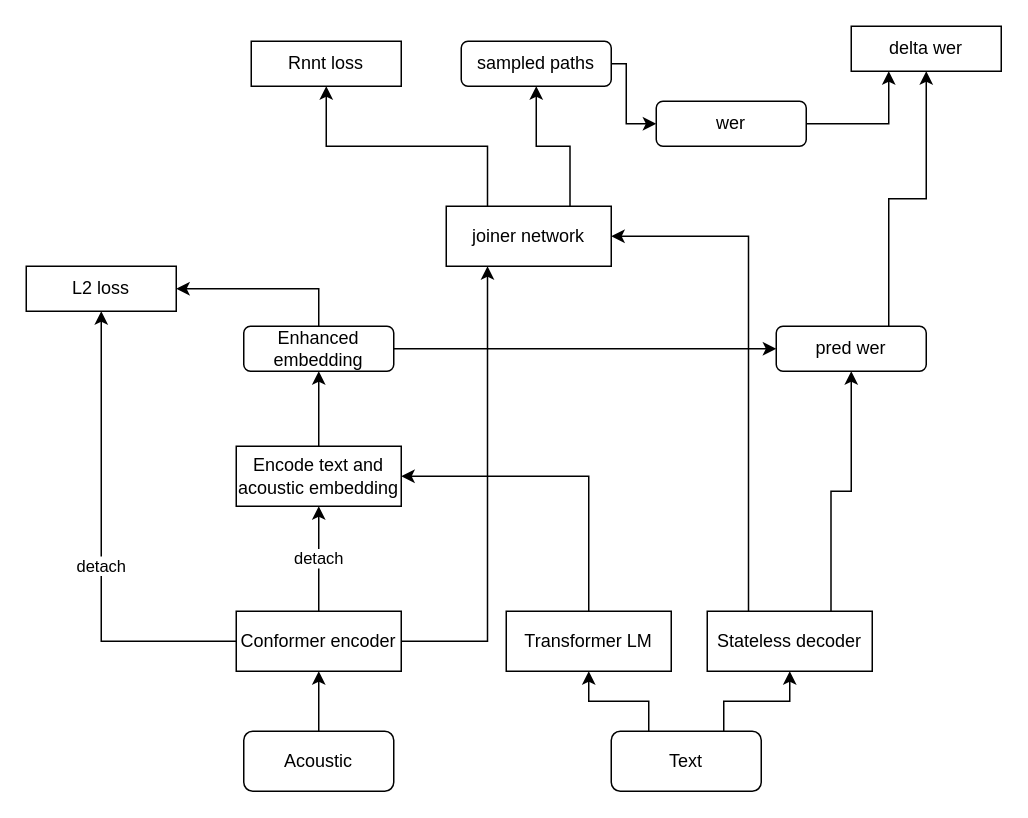
pkufool/drawio keeps this draw.io diagram as work/mbr_structure.drawio. Above is the earlier version. Source tidied: cells renumbered, new cells numbered last; positions are measured from the earlier drawing's top-left corner, leaving out a move shared by most shapes. Both pictures are drawn from the tidied source at 150%, with x=0, y=0 at pixel (26, 26).
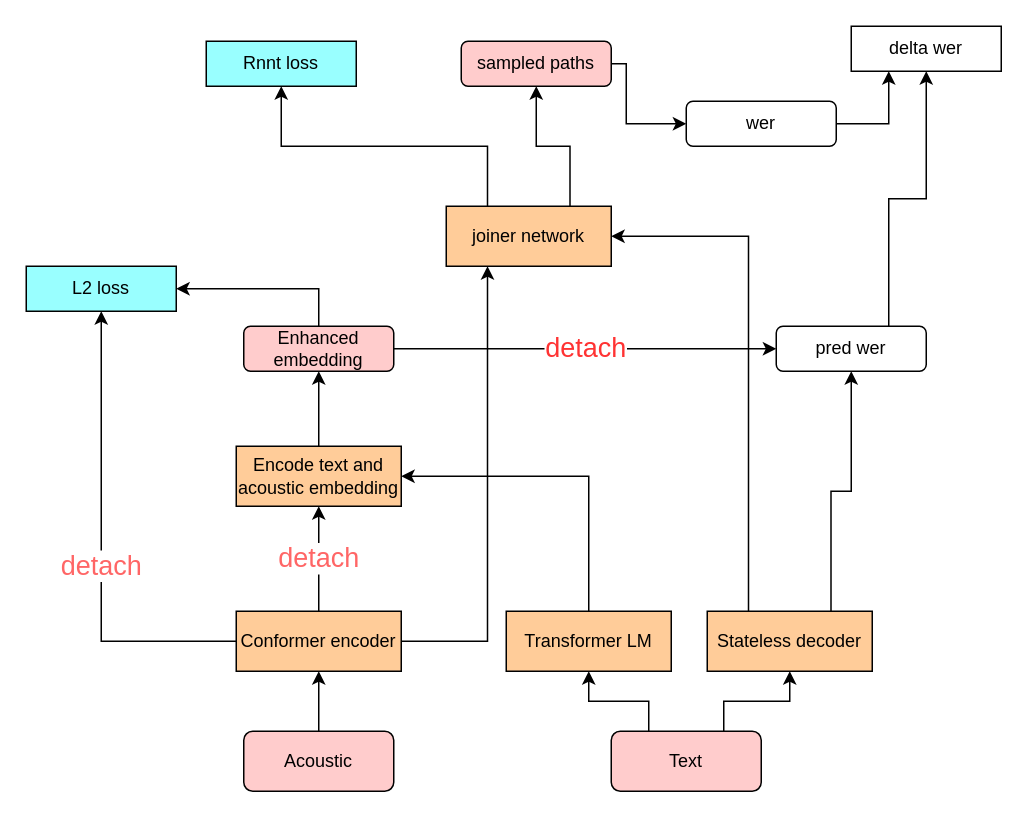
Above is the later version.

Unchanged cells that the change refers to:
```xml
<mxCell id="3" style="edgeStyle=orthogonalEdgeStyle;rounded=0;jettySize=auto;html=1;exitX=0;exitY=0.5;exitDx=0;exitDy=0;entryX=0.5;entryY=1;entryDx=0;entryDy=0;" parent="1" edge="1" source="6" target="22">
  <mxGeometry relative="1" as="geometry" />
</mxCell>
<mxCell id="30" value="pred wer" style="rounded=1;whiteSpace=wrap;html=1;" parent="1" vertex="1">
  <mxGeometry x="500" y="200" width="100" height="30" as="geometry" />
</mxCell>
```

The edit, as a diff of the source:
```diff
@@
-    <mxCell id="2" value="detach" style="edgeStyle=orthogonalEdgeStyle;rounded=0;jettySize=auto;html=1;exitX=0.5;exitY=0;exitDx=0;exitDy=0;entryX=0.5;entryY=1;entryDx=0;entryDy=0;" parent="1" edge="1" source="6" target="18">
+    <mxCell id="2" value="&lt;font color=&quot;#ff6666&quot; style=&quot;font-size: 18px;&quot;&gt;detach&lt;/font&gt;" style="edgeStyle=orthogonalEdgeStyle;rounded=0;jettySize=auto;html=1;exitX=0.5;exitY=0;exitDx=0;exitDy=0;entryX=0.5;entryY=1;entryDx=0;entryDy=0;" parent="1" edge="1" source="6" target="18">
       <mxGeometry relative="1" as="geometry" />
     </mxCell>
@@
-    <mxCell id="4" value="detach" style="edgeLabel;html=1;align=center;verticalAlign=middle;" parent="3" vertex="1">
+    <mxCell id="4" value="&lt;font color=&quot;#ff6666&quot; style=&quot;font-size: 18px;&quot;&gt;detach&lt;/font&gt;" style="edgeLabel;html=1;align=center;verticalAlign=middle;" parent="3" vertex="1">
       <mxGeometry x="-0.09" y="1" relative="1" as="geometry" />
     </mxCell>
@@
-    <mxCell id="6" value="Conformer encoder" style="rounded=0;whiteSpace=wrap;html=1;" parent="1" vertex="1">
+    <mxCell id="6" value="Conformer encoder" style="rounded=0;whiteSpace=wrap;html=1;fillColor=#FFCC99;" parent="1" vertex="1">
       <mxGeometry x="140" y="390" width="110" height="40" as="geometry" />
     </mxCell>
@@
-    <mxCell id="8" value="Transformer LM" style="rounded=0;whiteSpace=wrap;html=1;" parent="1" vertex="1">
+    <mxCell id="8" value="Transformer LM" style="rounded=0;whiteSpace=wrap;html=1;fillColor=#FFCC99;" parent="1" vertex="1">
       <mxGeometry x="320" y="390" width="110" height="40" as="geometry" />
     </mxCell>
@@
-    <mxCell id="11" value="Stateless decoder" style="rounded=0;whiteSpace=wrap;html=1;" parent="1" vertex="1">
+    <mxCell id="11" value="Stateless decoder" style="rounded=0;whiteSpace=wrap;html=1;fillColor=#FFCC99;" parent="1" vertex="1">
       <mxGeometry x="454" y="390" width="110" height="40" as="geometry" />
     </mxCell>
@@
-    <mxCell id="14" value="Text" style="rounded=1;whiteSpace=wrap;html=1;" parent="1" vertex="1">
+    <mxCell id="14" value="Text" style="rounded=1;whiteSpace=wrap;html=1;fillColor=#FFCCCC;" parent="1" vertex="1">
       <mxGeometry x="390" y="470" width="100" height="40" as="geometry" />
     </mxCell>
@@
-    <mxCell id="16" value="Acoustic" style="rounded=1;whiteSpace=wrap;html=1;" parent="1" vertex="1">
+    <mxCell id="16" value="Acoustic" style="rounded=1;whiteSpace=wrap;html=1;fillColor=#FFCCCC;" parent="1" vertex="1">
       <mxGeometry x="145" y="470" width="100" height="40" as="geometry" />
     </mxCell>
@@
-    <mxCell id="18" value="Encode text and acoustic embedding" style="rounded=0;whiteSpace=wrap;html=1;" parent="1" vertex="1">
+    <mxCell id="18" value="Encode text and acoustic embedding" style="rounded=0;whiteSpace=wrap;html=1;fillColor=#FFCC99;" parent="1" vertex="1">
       <mxGeometry x="140" y="280" width="110" height="40" as="geometry" />
     </mxCell>
@@
-    <mxCell id="20" style="edgeStyle=orthogonalEdgeStyle;rounded=0;jettySize=auto;html=1;exitX=1;exitY=0.5;exitDx=0;exitDy=0;entryX=0;entryY=0.5;entryDx=0;entryDy=0;" parent="1" edge="1" source="21" target="30">
+    <mxCell id="20" value="&lt;font color=&quot;#ff3333&quot; style=&quot;font-size: 18px;&quot;&gt;detach&lt;/font&gt;" style="edgeStyle=orthogonalEdgeStyle;rounded=0;jettySize=auto;html=1;exitX=1;exitY=0.5;exitDx=0;exitDy=0;entryX=0;entryY=0.5;entryDx=0;entryDy=0;" parent="1" edge="1" source="21" target="30">
       <mxGeometry relative="1" as="geometry" />
     </mxCell>
-    <mxCell id="21" value="Enhanced embedding" style="rounded=1;whiteSpace=wrap;html=1;" parent="1" vertex="1">
+    <mxCell id="21" value="Enhanced embedding" style="rounded=1;whiteSpace=wrap;html=1;fillColor=#FFCCCC;" parent="1" vertex="1">
       <mxGeometry x="145" y="200" width="100" height="30" as="geometry" />
     </mxCell>
-    <mxCell id="22" value="L2 loss" style="rounded=0;whiteSpace=wrap;html=1;" parent="1" vertex="1">
+    <mxCell id="22" value="L2 loss" style="rounded=0;whiteSpace=wrap;html=1;fillColor=#99FFFF;" parent="1" vertex="1">
       <mxGeometry y="160" width="100" height="30" as="geometry" />
     </mxCell>
@@
-    <mxCell id="25" value="joiner network" style="rounded=0;whiteSpace=wrap;html=1;" parent="1" vertex="1">
+    <mxCell id="25" value="joiner network" style="rounded=0;whiteSpace=wrap;html=1;fillColor=#FFCC99;" parent="1" vertex="1">
       <mxGeometry x="280" y="120" width="110" height="40" as="geometry" />
     </mxCell>
@@
-    <mxCell id="27" value="sampled paths" style="rounded=1;whiteSpace=wrap;html=1;" parent="1" vertex="1">
+    <mxCell id="27" value="sampled paths" style="rounded=1;whiteSpace=wrap;html=1;fillColor=#FFCCCC;" parent="1" vertex="1">
       <mxGeometry x="290" y="10" width="100" height="30" as="geometry" />
     </mxCell>
-    <mxCell id="28" value="Rnnt loss" style="rounded=0;whiteSpace=wrap;html=1;" parent="1" vertex="1">
-      <mxGeometry x="150" y="10" width="100" height="30" as="geometry" />
+    <mxCell id="28" value="Rnnt loss" style="rounded=0;whiteSpace=wrap;html=1;fillColor=#99FFFF;" parent="1" vertex="1">
+      <mxGeometry x="120" y="10" width="100" height="30" as="geometry" />
     </mxCell>
@@
     <mxCell id="32" value="wer" style="rounded=1;whiteSpace=wrap;html=1;" parent="1" vertex="1">
-      <mxGeometry x="420" y="50" width="100" height="30" as="geometry" />
+      <mxGeometry x="440" y="50" width="100" height="30" as="geometry" />
     </mxCell>
```
